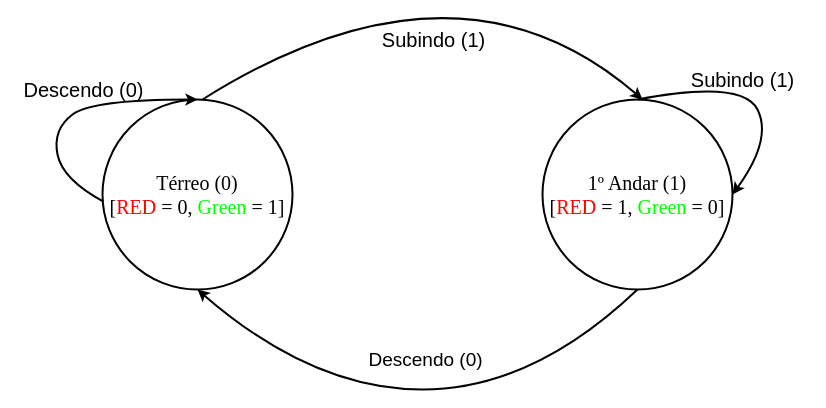
The draw.io diagram LAB3/finite-state-machine.drawio in nandohdc/ENG1448, before the edit. Source tidied: cells renumbered, new cells numbered last; positions are measured from the earlier drawing's top-left corner, leaving out a move shared by most shapes. Both pictures are drawn from the tidied source at 100%, with x=0, y=0 at pixel (52, -61).
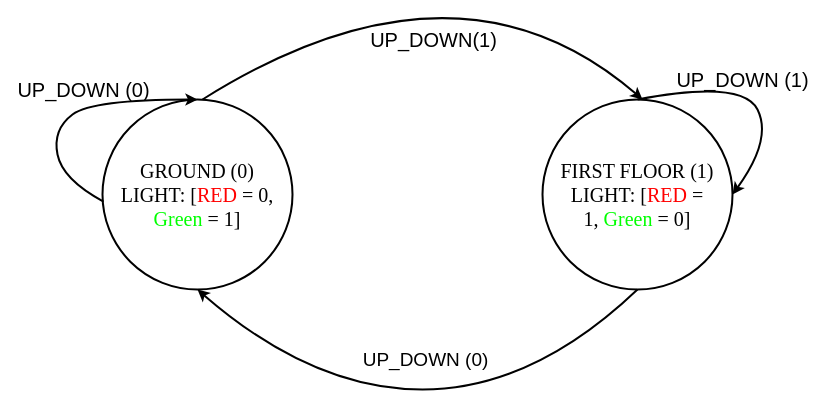
The same page after the edit.

Unchanged cells that the change refers to:
```xml
<mxCell id="4" style="curved=1;endArrow=classic;html=1;exitX=0.5;exitY=0;exitDx=0;exitDy=0;entryX=0.5;entryY=0;entryDx=0;entryDy=0;strokeWidth=2;" parent="1" edge="1">
  <mxGeometry relative="1" as="geometry">
    <mxPoint x="150" y="160" as="sourcePoint" />
    <mxPoint x="590" y="160" as="targetPoint" />
    <Array as="points">
      <mxPoint x="405" />
    </Array>
  </mxGeometry>
</mxCell>
<mxCell id="6" style="curved=1;endArrow=none;html=1;exitX=0.5;exitY=1;exitDx=0;exitDy=0;entryX=0.5;entryY=1;entryDx=0;entryDy=0;strokeWidth=2;startArrow=classic;startFill=1;endFill=0;" parent="1" edge="1" source="2" target="3">
  <mxGeometry relative="1" as="geometry">
    <Array as="points">
      <mxPoint x="260" y="450" />
      <mxPoint x="480" y="450" />
    </Array>
  </mxGeometry>
</mxCell>
<mxCell id="8" style="curved=1;endArrow=classic;html=1;strokeWidth=2;entryX=1;entryY=0.5;entryDx=0;entryDy=0;exitX=0.5;exitY=0;exitDx=0;exitDy=0;" parent="1" edge="1" source="3" target="3">
  <mxGeometry relative="1" as="geometry">
    <Array as="points">
      <mxPoint x="690" y="140" />
      <mxPoint x="720" y="200" />
    </Array>
  </mxGeometry>
</mxCell>
<mxCell id="10" style="curved=1;endArrow=classic;html=1;strokeWidth=2;exitX=0.005;exitY=0.537;exitDx=0;exitDy=0;entryX=0.5;entryY=0;entryDx=0;entryDy=0;exitPerimeter=0;" parent="1" edge="1" source="2" target="2">
  <mxGeometry relative="1" as="geometry">
    <Array as="points">
      <mxPoint x="10" y="240" />
      <mxPoint y="190" />
      <mxPoint x="40" y="160" />
    </Array>
  </mxGeometry>
</mxCell>
```

Change to the diagram source:
```diff
@@
-    <mxCell id="2" value="&lt;font face=&quot;Times New Roman&quot; style=&quot;font-size: 20px&quot;&gt;Térreo (0)&lt;br&gt;[&lt;font color=&quot;#ff0000&quot;&gt;RED &lt;/font&gt;= 0, &lt;font color=&quot;#00ff00&quot;&gt;Green&lt;/font&gt; = 1]&lt;br&gt;&lt;/font&gt;" style="ellipse;whiteSpace=wrap;html=1;strokeWidth=2;align=center;" parent="1" vertex="1">
+    <mxCell id="2" value="&lt;font face=&quot;Times New Roman&quot; style=&quot;font-size: 20px&quot;&gt;GROUND (0)&lt;br&gt;LIGHT: [&lt;font color=&quot;#ff0000&quot;&gt;RED &lt;/font&gt;= 0, &lt;font color=&quot;#00ff00&quot;&gt;Green&lt;/font&gt; = 1]&lt;br&gt;&lt;/font&gt;" style="ellipse;whiteSpace=wrap;html=1;strokeWidth=2;align=center;" parent="1" vertex="1">
       <mxGeometry x="50" y="160" width="190" height="190" as="geometry" />
     </mxCell>
-    <mxCell id="3" value="&lt;font face=&quot;Times New Roman&quot; style=&quot;font-size: 20px&quot;&gt;1º Andar (1)&lt;br&gt;&lt;/font&gt;&lt;span style=&quot;font-family: &amp;#34;times new roman&amp;#34; ; font-size: 20px&quot;&gt;[&lt;/span&gt;&lt;font color=&quot;#ff0000&quot; style=&quot;font-family: &amp;#34;times new roman&amp;#34; ; font-size: 20px&quot;&gt;RED&amp;nbsp;&lt;/font&gt;&lt;span style=&quot;font-family: &amp;#34;times new roman&amp;#34; ; font-size: 20px&quot;&gt;= 1,&amp;nbsp;&lt;/span&gt;&lt;font color=&quot;#00ff00&quot; style=&quot;font-family: &amp;#34;times new roman&amp;#34; ; font-size: 20px&quot;&gt;Green&lt;/font&gt;&lt;span style=&quot;font-family: &amp;#34;times new roman&amp;#34; ; font-size: 20px&quot;&gt;&amp;nbsp;= 0]&lt;/span&gt;&lt;font face=&quot;Times New Roman&quot; style=&quot;font-size: 20px&quot;&gt;&lt;br&gt;&lt;/font&gt;" style="ellipse;whiteSpace=wrap;html=1;strokeWidth=2;" parent="1" vertex="1">
+    <mxCell id="3" value="&lt;font face=&quot;Times New Roman&quot; style=&quot;font-size: 20px&quot;&gt;FIRST FLOOR (1)&lt;br&gt;&lt;/font&gt;&lt;span style=&quot;font-family: &amp;#34;times new roman&amp;#34; ; font-size: 20px&quot;&gt;LIGHT: [&lt;/span&gt;&lt;font color=&quot;#ff0000&quot; style=&quot;font-family: &amp;#34;times new roman&amp;#34; ; font-size: 20px&quot;&gt;RED&amp;nbsp;&lt;/font&gt;&lt;span style=&quot;font-family: &amp;#34;times new roman&amp;#34; ; font-size: 20px&quot;&gt;= 1,&amp;nbsp;&lt;/span&gt;&lt;font color=&quot;#00ff00&quot; style=&quot;font-family: &amp;#34;times new roman&amp;#34; ; font-size: 20px&quot;&gt;Green&lt;/font&gt;&lt;span style=&quot;font-family: &amp;#34;times new roman&amp;#34; ; font-size: 20px&quot;&gt;&amp;nbsp;= 0]&lt;/span&gt;&lt;font face=&quot;Times New Roman&quot; style=&quot;font-size: 20px&quot;&gt;&lt;br&gt;&lt;/font&gt;" style="ellipse;whiteSpace=wrap;html=1;strokeWidth=2;" parent="1" vertex="1">
       <mxGeometry x="490" y="160" width="190" height="190" as="geometry" />
     </mxCell>
@@
-    <mxCell id="5" value="Subindo (1)" style="edgeLabel;html=1;align=center;verticalAlign=middle;fontSize=20;labelBackgroundColor=none;" parent="4" vertex="1">
+    <mxCell id="5" value="UP_DOWN(1)" style="edgeLabel;html=1;align=center;verticalAlign=middle;fontSize=20;labelBackgroundColor=none;" parent="4" vertex="1">
       <mxGeometry x="-0.1" y="-57" relative="1" as="geometry">
         <mxPoint x="-7.8" y="21.9" as="offset" />
       </mxGeometry>
     </mxCell>
@@
-    <mxCell id="7" value="&lt;font style=&quot;font-size: 19px&quot;&gt;Descendo (0)&lt;br&gt;&lt;/font&gt;" style="edgeLabel;html=1;align=center;verticalAlign=middle;labelBackgroundColor=none;" parent="6" vertex="1">
+    <mxCell id="7" value="&lt;font style=&quot;font-size: 19px&quot;&gt;UP_DOWN (0)&lt;br&gt;&lt;/font&gt;" style="edgeLabel;html=1;align=center;verticalAlign=middle;labelBackgroundColor=none;" parent="6" vertex="1">
       <mxGeometry x="-0.19" y="72" relative="1" as="geometry">
         <mxPoint x="54.4" y="42" as="offset" />
       </mxGeometry>
     </mxCell>
@@
-    <mxCell id="9" value="Subindo (1)" style="edgeLabel;html=1;align=center;verticalAlign=middle;fontSize=20;labelBackgroundColor=none;" parent="8" vertex="1">
+    <mxCell id="9" value="UP_DOWN (1)" style="edgeLabel;html=1;align=center;verticalAlign=middle;fontSize=20;labelBackgroundColor=none;" parent="8" vertex="1">
       <mxGeometry x="-0.13" y="-21" relative="1" as="geometry">
         <mxPoint x="-2.1" y="-21" as="offset" />
       </mxGeometry>
     </mxCell>
@@
-    <mxCell id="11" value="Descendo (0)" style="edgeLabel;html=1;align=center;verticalAlign=middle;fontSize=20;labelBackgroundColor=none;" parent="10" vertex="1">
+    <mxCell id="11" value="UP_DOWN (0)" style="edgeLabel;html=1;align=center;verticalAlign=middle;fontSize=20;labelBackgroundColor=none;" parent="10" vertex="1">
       <mxGeometry x="-0.33" y="-2" relative="1" as="geometry">
         <mxPoint x="25.6" y="-51.9" as="offset" />
       </mxGeometry>
     </mxCell>
```
